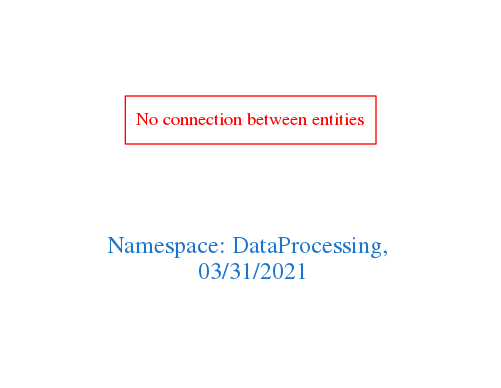
Earlier version of the Graphviz export downloads/DataProcessing.png (arago/OGIT). Its source is kept beside it as downloads/DataProcessing.dot.
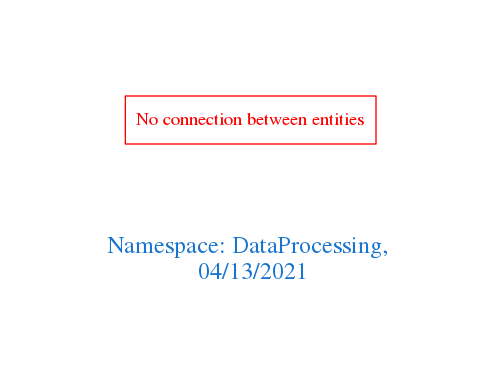
After the commit.

Diff of the diagram source:
```diff
@@ -1,7 +1,7 @@
 digraph OGIT_ontology {
  graph [ rankdir= LR,pad=1
 fontsize = 18,
-fontcolor= dodgerblue3,label = "\n\n\nNamespace: DataProcessing, \n 03/31/2021"];
+fontcolor= dodgerblue3,label = "\n\n\nNamespace: DataProcessing, \n 04/13/2021"];
 node[shape=polygon];
 edge [  color="gray81"];
 
```
